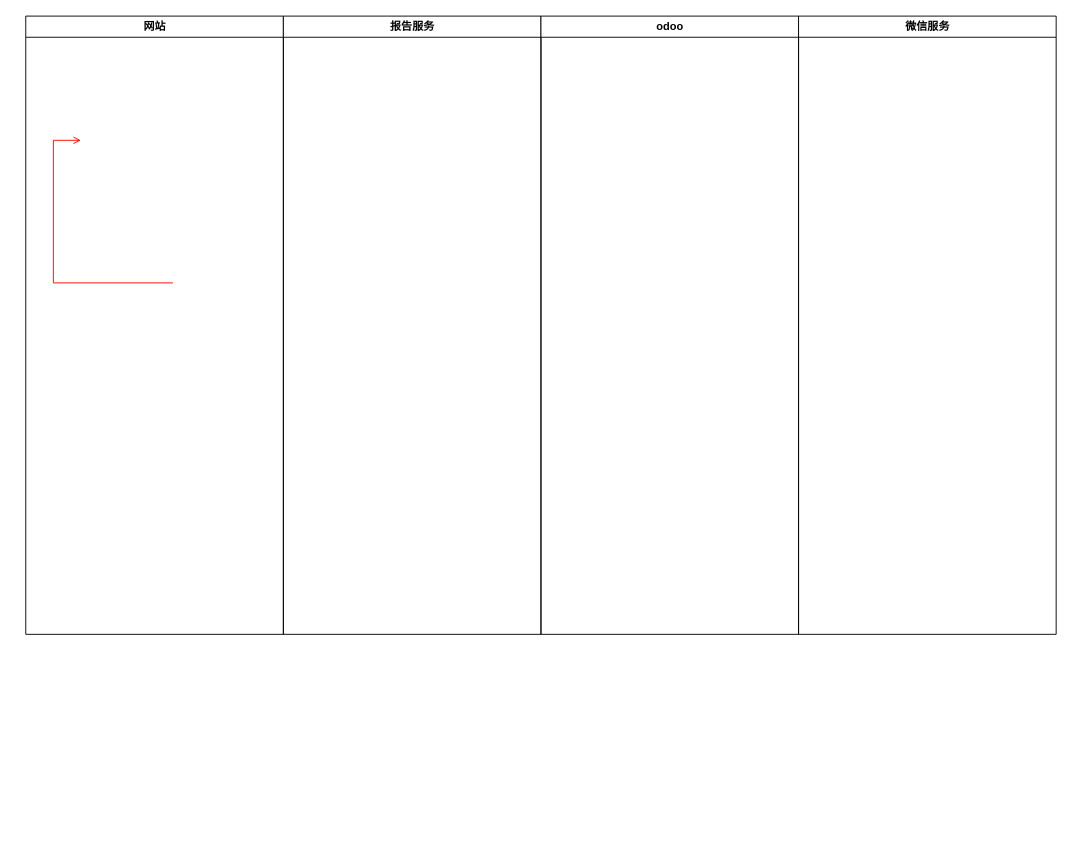
Earlier version of the draw.io diagram 20250217.drawio (Scorpio-nan/draw-io-workspace). Source tidied: cells renumbered, new cells numbered last; positions are measured from the earlier drawing's top-left corner, leaving out a move shared by most shapes. Both pictures are drawn from the tidied source at 92%, with x=0, y=0 at pixel (25, 16).
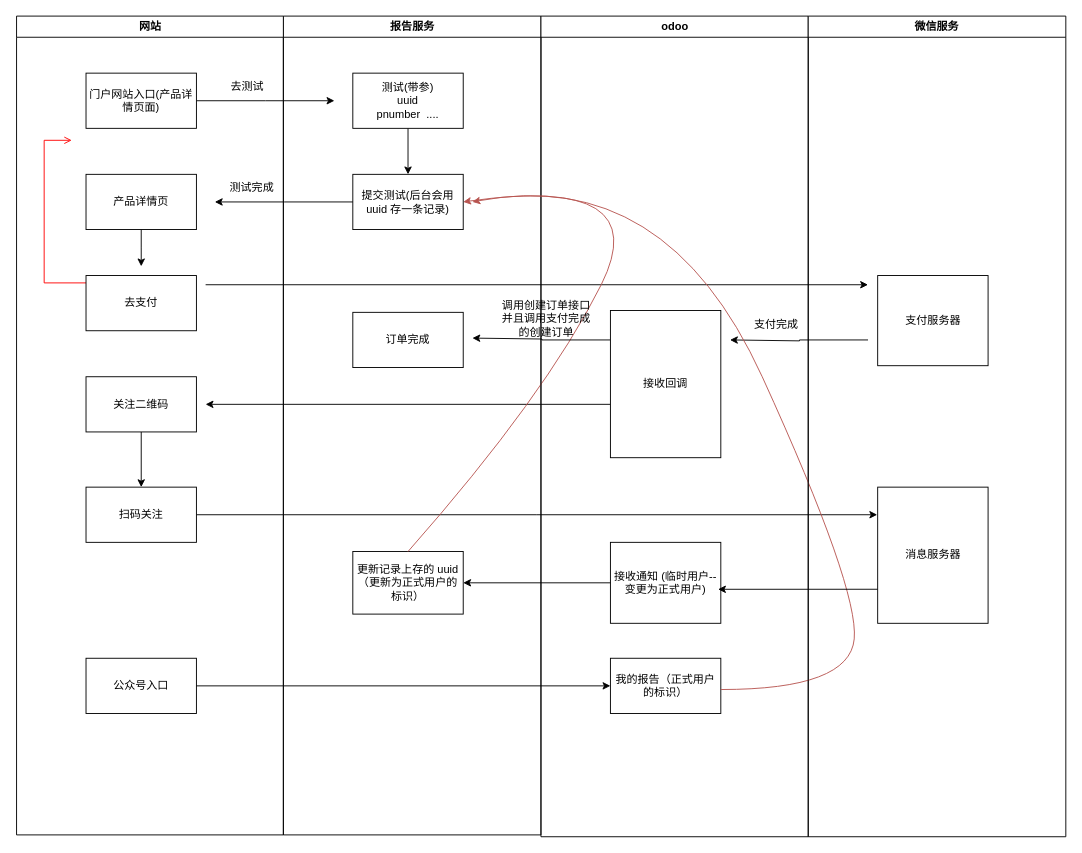
Above is the later version.

The edit, as a diff of the source:
```diff
@@
+    <mxCell id="4" value="报告服务" style="swimlane;whiteSpace=wrap;" parent="1" vertex="1">
+      <mxGeometry x="280.5" width="280" height="890" as="geometry" />
+    </mxCell>
+    <mxCell id="7" style="edgeStyle=orthogonalEdgeStyle;rounded=0;jettySize=auto;html=1;entryX=0.5;entryY=0;entryDx=0;entryDy=0;" parent="4" edge="1" source="8" target="9">
+      <mxGeometry relative="1" as="geometry" />
+    </mxCell>
+    <mxCell id="8" value="测试(带参)&lt;br&gt;uuid&lt;br&gt;pnumber&amp;nbsp; ...." style="whiteSpace=wrap;html=1;" parent="4" vertex="1">
+      <mxGeometry x="75.5" y="62" width="120" height="60" as="geometry" />
+    </mxCell>
+    <mxCell id="9" value="提交测试(后台会用 uuid 存一条记录)" style="whiteSpace=wrap;html=1;" parent="4" vertex="1">
+      <mxGeometry x="75.5" y="172" width="120" height="60" as="geometry" />
+    </mxCell>
+    <mxCell id="10" style="edgeStyle=orthogonalEdgeStyle;rounded=0;orthogonalLoop=1;jettySize=auto;html=1;entryX=0;entryY=0.5;entryDx=0;entryDy=0;" parent="4" edge="1">
+      <mxGeometry relative="1" as="geometry">
+        <mxPoint x="-84.5" y="292" as="sourcePoint" />
+        <mxPoint x="635.5" y="292" as="targetPoint" />
+      </mxGeometry>
+    </mxCell>
+    <mxCell id="11" value="订单完成" style="whiteSpace=wrap;html=1;" parent="4" vertex="1">
+      <mxGeometry x="75.5" y="322" width="120" height="60" as="geometry" />
+    </mxCell>
-    <mxCell id="2" value="网站" style="swimlane;whiteSpace=wrap;" parent="1" vertex="1">
-      <mxGeometry x="0.5" width="280" height="672" as="geometry" />
+    <mxCell id="2" value="网站" style="swimlane;whiteSpace=wrap;" parent="4" vertex="1">
+      <mxGeometry x="-290" width="290" height="890" as="geometry" />
     </mxCell>
@@
-    <mxCell id="4" value="报告服务" style="swimlane;whiteSpace=wrap;" parent="1" vertex="1">
-      <mxGeometry x="280.5" width="280" height="672" as="geometry" />
-    </mxCell>
+    <mxCell id="12" style="edgeStyle=orthogonalEdgeStyle;rounded=0;jettySize=auto;html=1;" parent="2" edge="1" source="13">
+      <mxGeometry relative="1" as="geometry">
+        <mxPoint x="345.5" y="92" as="targetPoint" />
+      </mxGeometry>
+    </mxCell>
+    <mxCell id="13" value="门户网站入口(产品详情页面)" style="whiteSpace=wrap;html=1;" parent="2" vertex="1">
+      <mxGeometry x="75.5" y="62" width="120" height="60" as="geometry" />
+    </mxCell>
+    <mxCell id="14" value="去测试" style="text;html=1;align=center;verticalAlign=middle;strokeColor=none;fillColor=none;" parent="2" vertex="1">
+      <mxGeometry x="220" y="62" width="60" height="30" as="geometry" />
+    </mxCell>
+    <mxCell id="15" style="edgeStyle=orthogonalEdgeStyle;rounded=0;jettySize=auto;html=1;" parent="2" edge="1" source="16">
+      <mxGeometry relative="1" as="geometry">
+        <mxPoint x="135.5" y="272" as="targetPoint" />
+      </mxGeometry>
+    </mxCell>
+    <mxCell id="16" value="产品详情页" style="whiteSpace=wrap;html=1;" parent="2" vertex="1">
+      <mxGeometry x="75.5" y="172" width="120" height="60" as="geometry" />
+    </mxCell>
+    <mxCell id="17" value="测试完成" style="text;html=1;align=center;verticalAlign=middle;strokeColor=none;fillColor=none;" parent="2" vertex="1">
+      <mxGeometry x="220" y="172" width="70" height="30" as="geometry" />
+    </mxCell>
+    <mxCell id="18" value="去支付" style="whiteSpace=wrap;html=1;" parent="2" vertex="1">
+      <mxGeometry x="75.5" y="282" width="120" height="60" as="geometry" />
+    </mxCell>
+    <mxCell id="19" style="edgeStyle=orthogonalEdgeStyle;rounded=0;jettySize=auto;html=1;entryX=0.5;entryY=0;entryDx=0;entryDy=0;" parent="2" edge="1" source="20" target="22">
+      <mxGeometry relative="1" as="geometry" />
+    </mxCell>
+    <mxCell id="20" value="关注二维码" style="whiteSpace=wrap;html=1;" parent="2" vertex="1">
+      <mxGeometry x="75.5" y="392" width="120" height="60" as="geometry" />
+    </mxCell>
+    <mxCell id="21" style="edgeStyle=orthogonalEdgeStyle;rounded=0;jettySize=auto;html=1;" parent="2" edge="1" source="22">
+      <mxGeometry relative="1" as="geometry">
+        <mxPoint x="935.5" y="542" as="targetPoint" />
+      </mxGeometry>
+    </mxCell>
+    <mxCell id="22" value="扫码关注" style="whiteSpace=wrap;html=1;" parent="2" vertex="1">
+      <mxGeometry x="75.5" y="512" width="120" height="60" as="geometry" />
+    </mxCell>
+    <mxCell id="23" value="公众号入口" style="whiteSpace=wrap;html=1;" parent="2" vertex="1">
+      <mxGeometry x="75.5" y="698" width="120" height="60" as="geometry" />
+    </mxCell>
+    <mxCell id="24" style="edgeStyle=orthogonalEdgeStyle;rounded=0;orthogonalLoop=1;jettySize=auto;html=1;exitX=0;exitY=0.75;exitDx=0;exitDy=0;" parent="4" edge="1">
+      <mxGeometry relative="1" as="geometry">
+        <mxPoint x="355.5" y="422" as="sourcePoint" />
+        <mxPoint x="-84.5" y="422" as="targetPoint" />
+      </mxGeometry>
+    </mxCell>
+    <mxCell id="25" value="更新记录上存的 uuid （更新为正式用户的标识）" style="whiteSpace=wrap;html=1;" parent="4" vertex="1">
+      <mxGeometry x="75.5" y="582" width="120" height="68" as="geometry" />
+    </mxCell>
+    <mxCell id="26" style="curved=1;endArrow=classic;html=1;rounded=0;exitX=0.5;exitY=0;exitDx=0;exitDy=0;entryX=1;entryY=0.5;entryDx=0;entryDy=0;fillColor=#f8cecc;strokeColor=#b85450;" parent="4" edge="1" source="25" target="9">
+      <mxGeometry relative="1" as="geometry">
+        <Array as="points">
+          <mxPoint x="285.5" y="412" />
+          <mxPoint x="405.5" y="172" />
+        </Array>
+      </mxGeometry>
+    </mxCell>
     <mxCell id="5" value="odoo" style="swimlane;whiteSpace=wrap;" parent="1" vertex="1">
-      <mxGeometry x="560.5" width="280" height="672" as="geometry" />
+      <mxGeometry x="560.5" width="290.5" height="892" as="geometry" />
     </mxCell>
+    <mxCell id="27" style="edgeStyle=orthogonalEdgeStyle;rounded=0;jettySize=auto;html=1;" parent="5" edge="1" source="28">
+      <mxGeometry relative="1" as="geometry">
+        <mxPoint x="-74.5" y="350" as="targetPoint" />
+        <Array as="points">
+          <mxPoint x="1" y="352" />
+          <mxPoint x="1" y="351" />
+        </Array>
+      </mxGeometry>
+    </mxCell>
+    <mxCell id="28" value="接收回调" style="whiteSpace=wrap;html=1;" parent="5" vertex="1">
+      <mxGeometry x="75.5" y="320" width="120" height="160" as="geometry" />
+    </mxCell>
+    <mxCell id="29" style="edgeStyle=orthogonalEdgeStyle;rounded=0;orthogonalLoop=1;jettySize=auto;html=1;" parent="5" edge="1">
+      <mxGeometry relative="1" as="geometry">
+        <mxPoint x="355.5" y="352" as="sourcePoint" />
+        <mxPoint x="205.5" y="352" as="targetPoint" />
+        <Array as="points">
+          <mxPoint x="281" y="352" />
+          <mxPoint x="281" y="353" />
+        </Array>
+      </mxGeometry>
+    </mxCell>
+    <mxCell id="30" value="支付完成" style="text;html=1;align=center;verticalAlign=middle;strokeColor=none;fillColor=none;" parent="5" vertex="1">
+      <mxGeometry x="220.5" y="321" width="70" height="30" as="geometry" />
+    </mxCell>
+    <mxCell id="31" value="调用创建订单接口&lt;div&gt;并且调用支付完成&lt;/div&gt;&lt;div&gt;的创建订单&lt;/div&gt;" style="text;html=1;align=center;verticalAlign=middle;strokeColor=none;fillColor=none;" parent="5" vertex="1">
+      <mxGeometry x="-54.5" y="299" width="120" height="60" as="geometry" />
+    </mxCell>
+    <mxCell id="32" value="接收通知 (临时用户--变更为正式用户)" style="whiteSpace=wrap;html=1;" parent="5" vertex="1">
+      <mxGeometry x="75.5" y="572" width="120" height="88" as="geometry" />
+    </mxCell>
+    <mxCell id="33" value="我的报告（正式用户的标识）" style="whiteSpace=wrap;html=1;" parent="5" vertex="1">
+      <mxGeometry x="75.5" y="698" width="120" height="60" as="geometry" />
+    </mxCell>
+    <mxCell id="34" style="curved=1;endArrow=classic;html=1;rounded=0;fillColor=#f8cecc;strokeColor=#b85450;" parent="5" edge="1">
+      <mxGeometry relative="1" as="geometry">
+        <mxPoint x="195.5" y="732" as="sourcePoint" />
+        <mxPoint x="-74.5" y="202" as="targetPoint" />
+        <Array as="points">
+          <mxPoint x="335.5" y="732" />
+          <mxPoint x="345.5" y="622" />
+          <mxPoint x="135.5" y="162" />
+        </Array>
+      </mxGeometry>
+    </mxCell>
     <mxCell id="6" value="微信服务" style="swimlane;whiteSpace=wrap;" parent="1" vertex="1">
-      <mxGeometry x="840.5" width="280" height="672" as="geometry" />
+      <mxGeometry x="851" width="280" height="892" as="geometry" />
     </mxCell>
+    <mxCell id="35" value="支付服务器" style="whiteSpace=wrap;html=1;" parent="6" vertex="1">
+      <mxGeometry x="75.5" y="282" width="120" height="98" as="geometry" />
+    </mxCell>
+    <mxCell id="36" value="消息服务器" style="whiteSpace=wrap;html=1;" parent="6" vertex="1">
+      <mxGeometry x="75.5" y="512" width="120" height="148" as="geometry" />
+    </mxCell>
+    <mxCell id="37" style="edgeStyle=orthogonalEdgeStyle;rounded=0;jettySize=auto;html=1;" parent="1" edge="1" source="9">
+      <mxGeometry relative="1" as="geometry">
+        <mxPoint x="206" y="202" as="targetPoint" />
+      </mxGeometry>
+    </mxCell>
+    <mxCell id="38" style="edgeStyle=orthogonalEdgeStyle;rounded=0;jettySize=auto;html=1;exitX=0;exitY=0.75;exitDx=0;exitDy=0;entryX=0.975;entryY=0.58;entryDx=0;entryDy=0;entryPerimeter=0;" parent="1" edge="1" source="36" target="32">
+      <mxGeometry relative="1" as="geometry" />
+    </mxCell>
+    <mxCell id="39" style="edgeStyle=orthogonalEdgeStyle;rounded=0;jettySize=auto;html=1;" parent="1" edge="1" source="32" target="25">
+      <mxGeometry relative="1" as="geometry" />
+    </mxCell>
+    <mxCell id="40" style="edgeStyle=orthogonalEdgeStyle;rounded=0;jettySize=auto;html=1;entryX=0;entryY=0.5;entryDx=0;entryDy=0;" parent="1" edge="1" source="23" target="33">
+      <mxGeometry relative="1" as="geometry" />
+    </mxCell>
```
